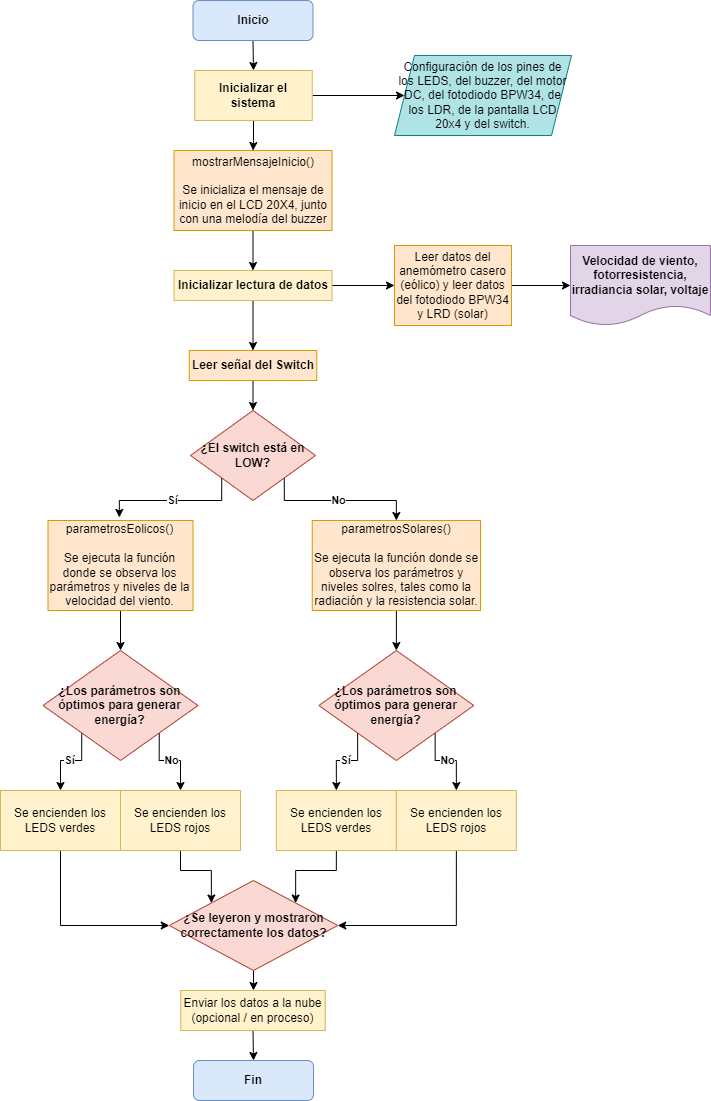
Before: Imágenes/E09Imagen04.png, a diagram exported from draw.io (EdwinJaraOFC/SolarWindAnalyzer). Source tidied: cells renumbered, new cells last; positions are measured from the earlier drawing's top-left corner, leaving out a move shared by most shapes.
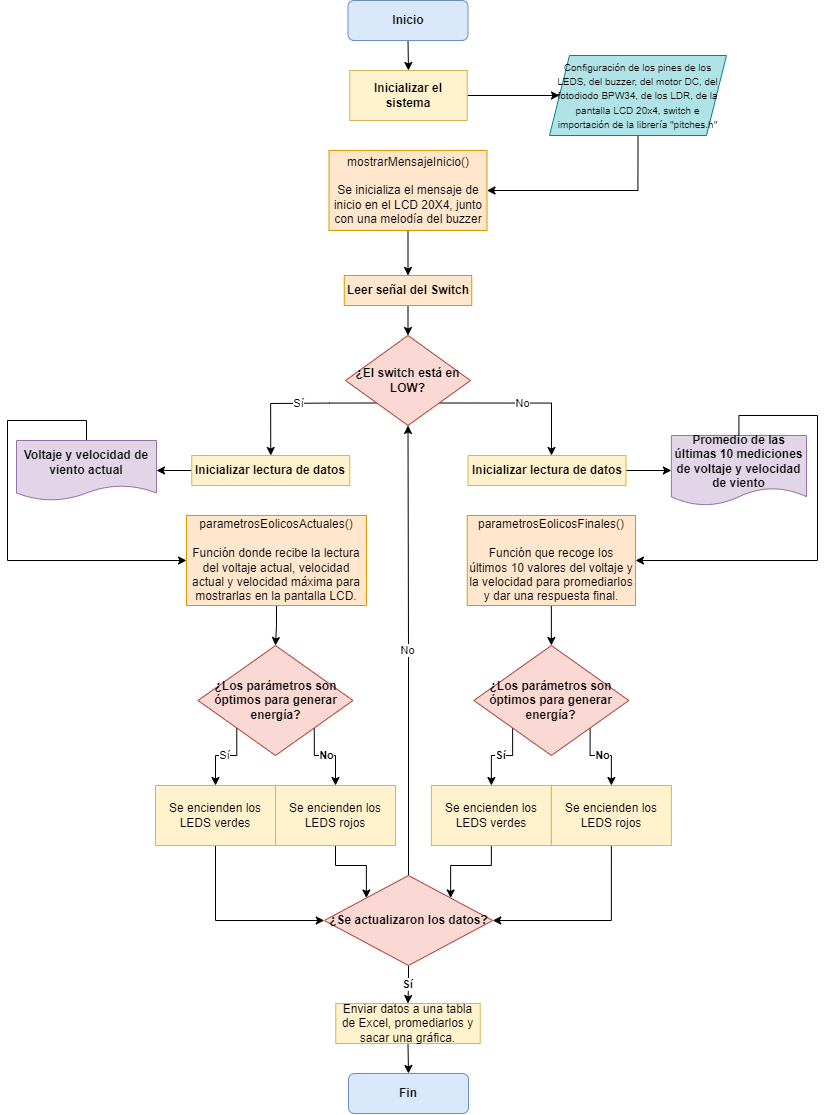
The same diagram one commit later.

Commit message:
Últimas modificaciones

Diff of the diagram source:
```diff
@@ -6,157 +6,182 @@
       <mxGeometry relative="1" as="geometry" />
     </mxCell>
     <mxCell id="3" value="Inicio" style="rounded=1;whiteSpace=wrap;html=1;fontSize=12;glass=0;strokeWidth=1;shadow=0;fillColor=#dae8fc;strokeColor=#6c8ebf;fontStyle=1;" parent="1" vertex="1">
-      <mxGeometry x="192.5" width="120" height="40" as="geometry" />
+      <mxGeometry x="290.5" y="2" width="120" height="40" as="geometry" />
     </mxCell>
-    <mxCell id="4" style="edgeStyle=orthogonalEdgeStyle;rounded=0;jettySize=auto;html=1;exitX=0.5;exitY=1;exitDx=0;exitDy=0;entryX=0.5;entryY=0;entryDx=0;entryDy=0;fontStyle=1;" parent="1" edge="1" source="5" target="33">
-      <mxGeometry relative="1" as="geometry" />
-    </mxCell>
+    <mxCell id="44" style="edgeStyle=orthogonalEdgeStyle;rounded=0;jettySize=auto;html=1;exitX=0.5;exitY=1;exitDx=0;exitDy=0;entryX=0.5;entryY=0;entryDx=0;entryDy=0;" parent="1" edge="1" source="5" target="36">
+      <mxGeometry relative="1" as="geometry" />
+    </mxCell>
     <mxCell id="5" value="mostrarMensajeInicio()&lt;br&gt;&lt;br&gt;Se inicializa el mensaje de inicio en el LCD 20X4, junto con una melodía del buzzer" style="rounded=0;whiteSpace=wrap;html=1;fontStyle=0;fillColor=#ffe6cc;strokeColor=#d79b00;" parent="1" vertex="1">
-      <mxGeometry x="173.5" y="150" width="158" height="80" as="geometry" />
+      <mxGeometry x="271.5" y="152" width="158" height="80" as="geometry" />
     </mxCell>
-    <mxCell id="6" value="No" style="edgeStyle=orthogonalEdgeStyle;rounded=0;jettySize=auto;html=1;exitX=1;exitY=1;exitDx=0;exitDy=0;entryX=0.5;entryY=0;entryDx=0;entryDy=0;fontStyle=1;" parent="1" edge="1" source="7" target="11">
-      <mxGeometry relative="1" as="geometry">
-        <Array as="points">
-          <mxPoint x="284" y="500" />
-          <mxPoint x="396" y="500" />
-        </Array>
-      </mxGeometry>
-    </mxCell>
+    <mxCell id="45" value="No" style="edgeStyle=orthogonalEdgeStyle;rounded=0;jettySize=auto;html=1;exitX=1;exitY=1;exitDx=0;exitDy=0;" parent="1" edge="1" source="7" target="50">
+      <mxGeometry relative="1" as="geometry">
+        <Array as="points">
+          <mxPoint x="494" y="404" />
+        </Array>
+      </mxGeometry>
+    </mxCell>
+    <mxCell id="46" value="Sí" style="edgeStyle=orthogonalEdgeStyle;rounded=0;jettySize=auto;html=1;exitX=0;exitY=1;exitDx=0;exitDy=0;entryX=0.5;entryY=0;entryDx=0;entryDy=0;" parent="1" edge="1" source="7" target="54">
+      <mxGeometry relative="1" as="geometry">
+        <Array as="points">
+          <mxPoint x="272" y="404" />
+          <mxPoint x="218" y="405" />
+        </Array>
+      </mxGeometry>
+    </mxCell>
     <mxCell id="7" value="¿El switch está en LOW?" style="rhombus;whiteSpace=wrap;html=1;fontStyle=1;fillColor=#fad9d5;strokeColor=#ae4132;" parent="1" vertex="1">
-      <mxGeometry x="190" y="410" width="125" height="90" as="geometry" />
+      <mxGeometry x="288" y="337" width="125" height="90" as="geometry" />
     </mxCell>
     <mxCell id="8" style="edgeStyle=orthogonalEdgeStyle;rounded=0;jettySize=auto;html=1;exitX=0.5;exitY=1;exitDx=0;exitDy=0;entryX=0.5;entryY=0;entryDx=0;entryDy=0;fontStyle=1;" parent="1" edge="1" source="9" target="14">
       <mxGeometry relative="1" as="geometry" />
     </mxCell>
-    <mxCell id="9" value="parametrosEolicos()&lt;br&gt;&lt;br&gt;Se ejecuta la función donde se observa los parámetros y niveles de la velocidad del viento." style="rounded=0;whiteSpace=wrap;html=1;fontStyle=0;fillColor=#ffe6cc;strokeColor=#d79b00;" parent="1" vertex="1">
-      <mxGeometry x="47.5" y="520" width="145" height="90" as="geometry" />
+    <mxCell id="9" value="parametrosEolicosActuales()&lt;br&gt;&lt;br&gt;Función donde recibe la lectura del voltaje actual, velocidad actual y velocidad máxima para mostrarlas en la pantalla LCD." style="rounded=0;whiteSpace=wrap;html=1;fontStyle=0;fillColor=#ffe6cc;strokeColor=#d79b00;" parent="1" vertex="1">
+      <mxGeometry x="129" y="517" width="180" height="90" as="geometry" />
     </mxCell>
     <mxCell id="10" style="edgeStyle=orthogonalEdgeStyle;rounded=0;jettySize=auto;html=1;exitX=0.5;exitY=1;exitDx=0;exitDy=0;entryX=0.5;entryY=0;entryDx=0;entryDy=0;fontStyle=1;" parent="1" edge="1" source="11" target="17">
       <mxGeometry relative="1" as="geometry" />
     </mxCell>
-    <mxCell id="11" value="parametrosSolares()&lt;br style=&quot;border-color: var(--border-color);&quot;&gt;&lt;br style=&quot;border-color: var(--border-color);&quot;&gt;Se ejecuta la función donde se observa los parámetros y niveles solres, tales como la radiación y la resistencia solar." style="rounded=0;whiteSpace=wrap;html=1;fontStyle=0;fillColor=#ffe6cc;strokeColor=#d79b00;" parent="1" vertex="1">
-      <mxGeometry x="311.8" y="520" width="168.2" height="90" as="geometry" />
+    <mxCell id="11" value="parametrosEolicosFinales()&lt;br style=&quot;border-color: var(--border-color);&quot;&gt;&lt;br style=&quot;border-color: var(--border-color);&quot;&gt;Función que recoge los últimos 10 valores del voltaje y la velocidad para promediarlos y dar una respuesta final." style="rounded=0;whiteSpace=wrap;html=1;fontStyle=0;fillColor=#ffe6cc;strokeColor=#d79b00;" parent="1" vertex="1">
+      <mxGeometry x="409.8" y="517" width="168.2" height="90" as="geometry" />
     </mxCell>
+    <mxCell id="13" value="No" style="edgeStyle=orthogonalEdgeStyle;rounded=0;jettySize=auto;html=1;exitX=1;exitY=1;exitDx=0;exitDy=0;entryX=0.5;entryY=0;entryDx=0;entryDy=0;fontStyle=1;" parent="1" edge="1" source="14" target="21">
+      <mxGeometry relative="1" as="geometry">
+        <Array as="points">
+          <mxPoint x="257" y="757" />
+          <mxPoint x="278" y="757" />
+        </Array>
+      </mxGeometry>
+    </mxCell>
-    <mxCell id="12" value="Sí" style="edgeStyle=orthogonalEdgeStyle;rounded=0;jettySize=auto;html=1;exitX=0;exitY=1;exitDx=0;exitDy=0;entryX=0.5;entryY=0;entryDx=0;entryDy=0;fontStyle=1;" parent="1" edge="1" source="14" target="19">
+    <mxCell id="12" value="Sí" style="edgeStyle=orthogonalEdgeStyle;rounded=0;jettySize=auto;html=1;exitX=0;exitY=1;exitDx=0;exitDy=0;entryX=0.5;entryY=0;entryDx=0;entryDy=0;" parent="1" edge="1" source="14" target="19">
       <mxGeometry relative="1" as="geometry">
         <Array as="points">
-          <mxPoint x="81" y="760" />
-          <mxPoint x="60" y="760" />
+          <mxPoint x="179" y="757" />
+          <mxPoint x="158" y="757" />
         </Array>
       </mxGeometry>
     </mxCell>
-    <mxCell id="13" value="No" style="edgeStyle=orthogonalEdgeStyle;rounded=0;jettySize=auto;html=1;exitX=1;exitY=1;exitDx=0;exitDy=0;entryX=0.5;entryY=0;entryDx=0;entryDy=0;fontStyle=1;" parent="1" edge="1" source="14" target="21">
-      <mxGeometry relative="1" as="geometry">
-        <Array as="points">
-          <mxPoint x="159" y="760" />
-          <mxPoint x="180" y="760" />
-        </Array>
-      </mxGeometry>
-    </mxCell>
     <mxCell id="14" value="¿Los parámetros son óptimos para generar energía?" style="rhombus;whiteSpace=wrap;html=1;fontStyle=1;fillColor=#fad9d5;strokeColor=#ae4132;" parent="1" vertex="1">
-      <mxGeometry x="42.5" y="650" width="155" height="110" as="geometry" />
+      <mxGeometry x="140.5" y="647" width="155" height="110" as="geometry" />
     </mxCell>
     <mxCell id="15" value="Sí" style="edgeStyle=orthogonalEdgeStyle;rounded=0;jettySize=auto;html=1;exitX=0;exitY=1;exitDx=0;exitDy=0;entryX=0.5;entryY=0;entryDx=0;entryDy=0;fontStyle=1;" parent="1" edge="1" source="17" target="23">
       <mxGeometry relative="1" as="geometry">
         <Array as="points">
-          <mxPoint x="357" y="760" />
-          <mxPoint x="336" y="760" />
+          <mxPoint x="455" y="757" />
+          <mxPoint x="434" y="757" />
         </Array>
       </mxGeometry>
     </mxCell>
     <mxCell id="16" value="No" style="edgeStyle=orthogonalEdgeStyle;rounded=0;jettySize=auto;html=1;exitX=1;exitY=1;exitDx=0;exitDy=0;entryX=0.5;entryY=0;entryDx=0;entryDy=0;fontStyle=1;" parent="1" edge="1" source="17" target="25">
       <mxGeometry relative="1" as="geometry">
         <Array as="points">
-          <mxPoint x="435" y="760" />
-          <mxPoint x="456" y="760" />
+          <mxPoint x="533" y="757" />
+          <mxPoint x="554" y="757" />
         </Array>
       </mxGeometry>
     </mxCell>
     <mxCell id="17" value="¿Los parámetros son óptimos para generar energía?" style="rhombus;whiteSpace=wrap;html=1;fontStyle=1;fillColor=#fad9d5;strokeColor=#ae4132;" parent="1" vertex="1">
-      <mxGeometry x="318.4" y="650" width="155" height="110" as="geometry" />
+      <mxGeometry x="416.4" y="647" width="155" height="110" as="geometry" />
     </mxCell>
-    <mxCell id="18" style="edgeStyle=orthogonalEdgeStyle;rounded=0;jettySize=auto;html=1;exitX=0.5;exitY=1;exitDx=0;exitDy=0;entryX=0;entryY=0.5;entryDx=0;entryDy=0;fontStyle=1;" parent="1" edge="1" source="19" target="42">
-      <mxGeometry relative="1" as="geometry" />
+    <mxCell id="18" style="edgeStyle=orthogonalEdgeStyle;rounded=0;jettySize=auto;html=1;exitX=0.5;exitY=1;exitDx=0;exitDy=0;entryX=0;entryY=0.5;entryDx=0;entryDy=0;fontStyle=1;" parent="1" edge="1" target="42">
+      <mxGeometry relative="1" as="geometry">
+        <mxPoint x="158" y="847" as="sourcePoint" />
+        <Array as="points">
+          <mxPoint x="158" y="922" />
+        </Array>
+      </mxGeometry>
     </mxCell>
     <mxCell id="19" value="Se encienden los LEDS verdes" style="rounded=0;whiteSpace=wrap;html=1;fontStyle=0;fillColor=#fff2cc;strokeColor=#d6b656;" parent="1" vertex="1">
-      <mxGeometry y="790" width="120" height="60" as="geometry" />
+      <mxGeometry x="98" y="787" width="120" height="60" as="geometry" />
     </mxCell>
     <mxCell id="20" style="edgeStyle=orthogonalEdgeStyle;rounded=0;jettySize=auto;html=1;exitX=0.5;exitY=1;exitDx=0;exitDy=0;entryX=0;entryY=0;entryDx=0;entryDy=0;fontStyle=1;" parent="1" edge="1" source="21" target="42">
       <mxGeometry relative="1" as="geometry" />
     </mxCell>
     <mxCell id="21" value="Se encienden los LEDS rojos" style="rounded=0;whiteSpace=wrap;html=1;fontStyle=0;fillColor=#fff2cc;strokeColor=#d6b656;" parent="1" vertex="1">
-      <mxGeometry x="120" y="790" width="120" height="60" as="geometry" />
+      <mxGeometry x="218" y="787" width="120" height="60" as="geometry" />
     </mxCell>
     <mxCell id="22" style="edgeStyle=orthogonalEdgeStyle;rounded=0;jettySize=auto;html=1;exitX=0.5;exitY=1;exitDx=0;exitDy=0;entryX=1;entryY=0;entryDx=0;entryDy=0;fontStyle=1;" parent="1" edge="1" source="23" target="42">
       <mxGeometry relative="1" as="geometry" />
     </mxCell>
     <mxCell id="23" value="Se encienden los LEDS verdes" style="rounded=0;whiteSpace=wrap;html=1;fontStyle=0;fillColor=#fff2cc;strokeColor=#d6b656;" parent="1" vertex="1">
-      <mxGeometry x="275.9" y="790" width="120" height="60" as="geometry" />
+      <mxGeometry x="373.9" y="787" width="120" height="60" as="geometry" />
     </mxCell>
     <mxCell id="24" style="edgeStyle=orthogonalEdgeStyle;rounded=0;jettySize=auto;html=1;exitX=0.5;exitY=1;exitDx=0;exitDy=0;entryX=1;entryY=0.5;entryDx=0;entryDy=0;fontStyle=1;" parent="1" edge="1" source="25" target="42">
       <mxGeometry relative="1" as="geometry" />
     </mxCell>
     <mxCell id="25" value="Se encienden los LEDS rojos" style="rounded=0;whiteSpace=wrap;html=1;fontStyle=0;fillColor=#fff2cc;strokeColor=#d6b656;" parent="1" vertex="1">
-      <mxGeometry x="395.9" y="790" width="120" height="60" as="geometry" />
+      <mxGeometry x="493.9" y="787" width="120" height="60" as="geometry" />
     </mxCell>
     <mxCell id="26" style="edgeStyle=orthogonalEdgeStyle;rounded=0;jettySize=auto;html=1;exitX=1;exitY=0.5;exitDx=0;exitDy=0;entryX=0;entryY=0.5;entryDx=0;entryDy=0;fontStyle=1;" parent="1" edge="1" source="28" target="43">
       <mxGeometry relative="1" as="geometry" />
     </mxCell>
-    <mxCell id="27" style="edgeStyle=orthogonalEdgeStyle;rounded=0;jettySize=auto;html=1;exitX=0.5;exitY=1;exitDx=0;exitDy=0;fontStyle=1;" parent="1" edge="1" source="28" target="5">
-      <mxGeometry relative="1" as="geometry" />
-    </mxCell>
     <mxCell id="28" value="Inicializar el sistema" style="rounded=0;whiteSpace=wrap;html=1;fontStyle=1;fillColor=#fff2cc;strokeColor=#d6b656;" parent="1" vertex="1">
-      <mxGeometry x="194.2" y="70" width="117.5" height="50" as="geometry" />
+      <mxGeometry x="292.2" y="72" width="117.5" height="50" as="geometry" />
     </mxCell>
-    <mxCell id="29" style="edgeStyle=orthogonalEdgeStyle;rounded=0;jettySize=auto;html=1;exitX=1;exitY=0.5;exitDx=0;exitDy=0;entryX=0;entryY=0.5;entryDx=0;entryDy=0;fontStyle=1;" parent="1" edge="1" source="30" target="34">
-      <mxGeometry relative="1" as="geometry" />
-    </mxCell>
-    <mxCell id="30" value="Leer datos del anemómetro casero (eólico) y leer datos del fotodiodo BPW34 y LRD (solar)" style="rounded=0;whiteSpace=wrap;html=1;fontStyle=0;fillColor=#ffe6cc;strokeColor=#d79b00;" parent="1" vertex="1">
-      <mxGeometry x="394" y="245" width="117" height="80" as="geometry" />
-    </mxCell>
-    <mxCell id="31" style="edgeStyle=orthogonalEdgeStyle;rounded=0;jettySize=auto;html=1;exitX=1;exitY=0.5;exitDx=0;exitDy=0;entryX=0;entryY=0.5;entryDx=0;entryDy=0;fontStyle=1;" parent="1" edge="1" source="33" target="30">
-      <mxGeometry relative="1" as="geometry" />
-    </mxCell>
-    <mxCell id="32" style="edgeStyle=orthogonalEdgeStyle;rounded=0;jettySize=auto;html=1;exitX=0.5;exitY=1;exitDx=0;exitDy=0;entryX=0.5;entryY=0;entryDx=0;entryDy=0;fontStyle=1;" parent="1" edge="1" source="33" target="36">
-      <mxGeometry relative="1" as="geometry" />
-    </mxCell>
-    <mxCell id="33" value="Inicializar lectura de datos" style="rounded=0;whiteSpace=wrap;html=1;fontStyle=1;fillColor=#fff2cc;strokeColor=#d6b656;" parent="1" vertex="1">
-      <mxGeometry x="173.5" y="270" width="158" height="30" as="geometry" />
-    </mxCell>
-    <mxCell id="34" value="Velocidad de viento, fotorresistencia, irradiancia solar, voltaje" style="shape=document;whiteSpace=wrap;html=1;boundedLbl=1;size=0.25;fontStyle=1;fillColor=#e1d5e7;strokeColor=#9673a6;" parent="1" vertex="1">
-      <mxGeometry x="570" y="245" width="140" height="80" as="geometry" />
-    </mxCell>
     <mxCell id="35" style="edgeStyle=orthogonalEdgeStyle;rounded=0;jettySize=auto;html=1;exitX=0.5;exitY=1;exitDx=0;exitDy=0;entryX=0.5;entryY=0;entryDx=0;entryDy=0;fontStyle=1;" parent="1" edge="1" source="36" target="7">
       <mxGeometry relative="1" as="geometry" />
     </mxCell>
     <mxCell id="36" value="Leer señal del Switch" style="rounded=0;whiteSpace=wrap;html=1;fontStyle=1;fillColor=#ffe6cc;strokeColor=#d79b00;" parent="1" vertex="1">
-      <mxGeometry x="188.8" y="350" width="127.5" height="30" as="geometry" />
+      <mxGeometry x="286.8" y="277" width="127.5" height="30" as="geometry" />
     </mxCell>
     <mxCell id="37" style="edgeStyle=orthogonalEdgeStyle;rounded=0;jettySize=auto;html=1;exitX=0.5;exitY=1;exitDx=0;exitDy=0;entryX=0.5;entryY=0;entryDx=0;entryDy=0;fontStyle=1;" parent="1" edge="1" source="38" target="39">
       <mxGeometry relative="1" as="geometry" />
     </mxCell>
-    <mxCell id="38" value="Enviar los datos a la nube (opcional / en proceso)" style="rounded=0;whiteSpace=wrap;html=1;fontStyle=0;fillColor=#fff2cc;strokeColor=#d6b656;" parent="1" vertex="1">
-      <mxGeometry x="180.2" y="990" width="144.5" height="40" as="geometry" />
+    <mxCell id="38" value="Enviar datos a una tabla de Excel, promediarlos y sacar una gráfica." style="rounded=0;whiteSpace=wrap;html=1;fontStyle=0;fillColor=#fff2cc;strokeColor=#d6b656;" parent="1" vertex="1">
+      <mxGeometry x="278.2" y="1005" width="144.5" height="40" as="geometry" />
     </mxCell>
     <mxCell id="39" value="Fin" style="rounded=1;whiteSpace=wrap;html=1;fontSize=12;glass=0;strokeWidth=1;shadow=0;fontStyle=1;fillColor=#dae8fc;strokeColor=#6c8ebf;" parent="1" vertex="1">
-      <mxGeometry x="193" y="1060" width="120" height="40" as="geometry" />
+      <mxGeometry x="291" y="1075" width="120" height="40" as="geometry" />
     </mxCell>
-    <mxCell id="40" value="Sí" style="edgeStyle=orthogonalEdgeStyle;rounded=0;jettySize=auto;html=1;exitX=0;exitY=1;exitDx=0;exitDy=0;entryX=0.492;entryY=-0.034;entryDx=0;entryDy=0;entryPerimeter=0;fontStyle=1;" parent="1" edge="1" source="7" target="9">
-      <mxGeometry relative="1" as="geometry">
-        <Array as="points">
-          <mxPoint x="221" y="500" />
-          <mxPoint x="119" y="500" />
-        </Array>
-      </mxGeometry>
-    </mxCell>
-    <mxCell id="41" style="edgeStyle=orthogonalEdgeStyle;rounded=0;jettySize=auto;html=1;exitX=0.5;exitY=1;exitDx=0;exitDy=0;fontStyle=1;" parent="1" edge="1" source="42" target="38">
+    <mxCell id="41" value="Sí" style="edgeStyle=orthogonalEdgeStyle;rounded=0;jettySize=auto;html=1;exitX=0.5;exitY=1;exitDx=0;exitDy=0;fontStyle=1;" parent="1" edge="1" source="42" target="38">
       <mxGeometry relative="1" as="geometry" />
     </mxCell>
+    <mxCell id="47" value="No" style="edgeStyle=orthogonalEdgeStyle;rounded=0;jettySize=auto;html=1;exitX=0.5;exitY=0;exitDx=0;exitDy=0;entryX=0.5;entryY=1;entryDx=0;entryDy=0;" parent="1" edge="1" source="42" target="7">
+      <mxGeometry relative="1" as="geometry" />
+    </mxCell>
-    <mxCell id="42" value="¿Se leyeron y mostraron correctamente los datos?" style="rhombus;whiteSpace=wrap;html=1;fontStyle=1;fillColor=#fad9d5;strokeColor=#ae4132;" parent="1" vertex="1">
-      <mxGeometry x="168.8" y="880" width="168.5" height="90" as="geometry" />
+    <mxCell id="42" value="¿Se actualizaron los datos?" style="rhombus;whiteSpace=wrap;html=1;fontStyle=1;fillColor=#fad9d5;strokeColor=#ae4132;" parent="1" vertex="1">
+      <mxGeometry x="266.8" y="877" width="168.5" height="90" as="geometry" />
     </mxCell>
+    <mxCell id="48" style="edgeStyle=orthogonalEdgeStyle;rounded=0;jettySize=auto;html=1;exitX=0.5;exitY=1;exitDx=0;exitDy=0;entryX=1;entryY=0.5;entryDx=0;entryDy=0;" parent="1" edge="1" source="43" target="5">
+      <mxGeometry relative="1" as="geometry" />
+    </mxCell>
-    <mxCell id="43" value="Configuración de los pines de los LEDS, del buzzer, del motor DC, del fotodiodo BPW34, de los LDR, de la pantalla LCD 20x4 y del switch." style="shape=parallelogram;perimeter=parallelogramPerimeter;whiteSpace=wrap;html=1;fixedSize=1;fillColor=#b0e3e6;strokeColor=#0e8088;" parent="1" vertex="1">
-      <mxGeometry x="394" y="55" width="177" height="80" as="geometry" />
+    <mxCell id="43" value="&lt;font style=&quot;font-size: 10px;&quot;&gt;Configuración de los pines de los LEDS, del buzzer, del motor DC, del fotodiodo BPW34, de los LDR, de la pantalla LCD 20x4, switch e importación de la librería &quot;pitches.h&quot;&lt;/font&gt;" style="shape=parallelogram;perimeter=parallelogramPerimeter;whiteSpace=wrap;html=1;fixedSize=1;fillColor=#b0e3e6;strokeColor=#0e8088;" parent="1" vertex="1">
+      <mxGeometry x="492" y="57" width="177" height="80" as="geometry" />
     </mxCell>
+    <mxCell id="49" style="edgeStyle=orthogonalEdgeStyle;rounded=0;jettySize=auto;html=1;exitX=1;exitY=0.5;exitDx=0;exitDy=0;entryX=0;entryY=0.5;entryDx=0;entryDy=0;" parent="1" edge="1" source="50" target="52">
+      <mxGeometry relative="1" as="geometry" />
+    </mxCell>
+    <mxCell id="50" value="Inicializar lectura de datos" style="rounded=0;whiteSpace=wrap;html=1;fontStyle=1;fillColor=#fff2cc;strokeColor=#d6b656;" parent="1" vertex="1">
+      <mxGeometry x="410.5" y="457" width="158" height="30" as="geometry" />
+    </mxCell>
+    <mxCell id="51" style="edgeStyle=orthogonalEdgeStyle;rounded=0;jettySize=auto;html=1;exitX=0.5;exitY=0;exitDx=0;exitDy=0;entryX=1;entryY=0.5;entryDx=0;entryDy=0;" parent="1" edge="1" source="52" target="11">
+      <mxGeometry relative="1" as="geometry">
+        <Array as="points">
+          <mxPoint x="681" y="417" />
+          <mxPoint x="760" y="417" />
+          <mxPoint x="760" y="562" />
+        </Array>
+      </mxGeometry>
+    </mxCell>
+    <mxCell id="52" value="Promedio de las últimas 10 mediciones de voltaje y velocidad de viento" style="shape=document;whiteSpace=wrap;html=1;boundedLbl=1;size=0.25;fontStyle=1;fillColor=#e1d5e7;strokeColor=#9673a6;" parent="1" vertex="1">
+      <mxGeometry x="613.9" y="437" width="135.1" height="70" as="geometry" />
+    </mxCell>
+    <mxCell id="53" style="edgeStyle=orthogonalEdgeStyle;rounded=0;jettySize=auto;html=1;exitX=0;exitY=0.5;exitDx=0;exitDy=0;entryX=1;entryY=0.5;entryDx=0;entryDy=0;" parent="1" edge="1" source="54" target="56">
+      <mxGeometry relative="1" as="geometry" />
+    </mxCell>
+    <mxCell id="54" value="Inicializar lectura de datos" style="rounded=0;whiteSpace=wrap;html=1;fontStyle=1;fillColor=#fff2cc;strokeColor=#d6b656;" parent="1" vertex="1">
+      <mxGeometry x="134.2" y="457" width="158" height="30" as="geometry" />
+    </mxCell>
+    <mxCell id="55" style="edgeStyle=orthogonalEdgeStyle;rounded=0;jettySize=auto;html=1;exitX=0.5;exitY=0;exitDx=0;exitDy=0;entryX=0;entryY=0.5;entryDx=0;entryDy=0;" parent="1" edge="1" source="56" target="9">
+      <mxGeometry relative="1" as="geometry">
+        <Array as="points">
+          <mxPoint x="29" y="422" />
+          <mxPoint x="-50" y="422" />
+          <mxPoint x="-50" y="562" />
+        </Array>
+      </mxGeometry>
+    </mxCell>
+    <mxCell id="56" value="Voltaje y velocidad de viento actual" style="shape=document;whiteSpace=wrap;html=1;boundedLbl=1;size=0.25;fontStyle=1;fillColor=#e1d5e7;strokeColor=#9673a6;" parent="1" vertex="1">
+      <mxGeometry x="-41" y="442" width="140" height="60" as="geometry" />
+    </mxCell>
   </root>
 </mxGraphModel>
```
